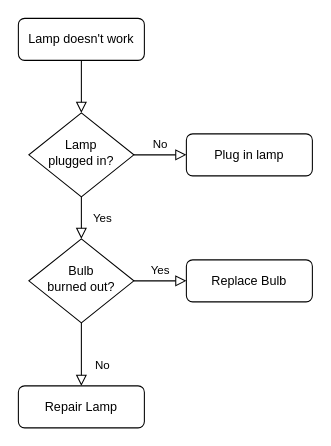
The draw.io diagram Untitled Diagram.drawio in kaito-goma/kaito-goma.github.io, before the edit. Source tidied: cells renumbered, new cells numbered last; positions are measured from the earlier drawing's top-left corner, leaving out a move shared by most shapes. Both pictures are drawn from the tidied source at 105%, with x=0, y=0 at pixel (18, 18).
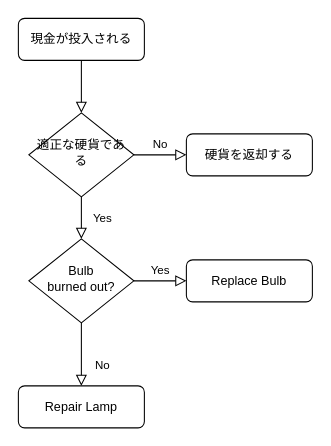
The same diagram, later.

The edit, as a diff of the source:
```diff
@@
 <mxGraphModel>
   <root>
     <mxCell id="0" />
     <mxCell id="1" parent="0" />
     <mxCell id="2" style="rounded=0;html=1;jettySize=auto;fontSize=11;endArrow=block;endFill=0;endSize=8;strokeWidth=1;shadow=0;labelBackgroundColor=none;edgeStyle=orthogonalEdgeStyle;" parent="1" edge="1" source="3" target="6">
       <mxGeometry relative="1" as="geometry" />
     </mxCell>
-    <mxCell id="3" value="Lamp doesn't work" style="rounded=1;whiteSpace=wrap;html=1;fontSize=12;glass=0;strokeWidth=1;shadow=0;" parent="1" vertex="1">
+    <mxCell id="3" value="現金が投入される" style="rounded=1;whiteSpace=wrap;html=1;fontSize=12;glass=0;strokeWidth=1;shadow=0;" parent="1" vertex="1">
       <mxGeometry width="120" height="40" as="geometry" />
     </mxCell>
     <mxCell id="4" value="Yes" style="rounded=0;html=1;jettySize=auto;fontSize=11;endArrow=block;endFill=0;endSize=8;strokeWidth=1;shadow=0;labelBackgroundColor=none;edgeStyle=orthogonalEdgeStyle;" parent="1" edge="1" source="6" target="10">
       <mxGeometry y="20" relative="1" as="geometry" />
     </mxCell>
     <mxCell id="5" value="No" style="edgeStyle=orthogonalEdgeStyle;rounded=0;html=1;jettySize=auto;fontSize=11;endArrow=block;endFill=0;endSize=8;strokeWidth=1;shadow=0;labelBackgroundColor=none;" parent="1" edge="1" source="6" target="7">
       <mxGeometry y="10" relative="1" as="geometry" />
     </mxCell>
-    <mxCell id="6" value="Lamp&lt;br&gt;plugged in?" style="rhombus;whiteSpace=wrap;html=1;shadow=0;fontFamily=Helvetica;fontSize=12;align=center;strokeWidth=1;spacing=6;spacingTop=-4;" parent="1" vertex="1">
+    <mxCell id="6" value="適正な硬貨である" style="rhombus;whiteSpace=wrap;html=1;shadow=0;fontFamily=Helvetica;fontSize=12;align=center;strokeWidth=1;spacing=6;spacingTop=-4;" parent="1" vertex="1">
       <mxGeometry x="10" y="90" width="100" height="80" as="geometry" />
     </mxCell>
-    <mxCell id="7" value="Plug in lamp" style="rounded=1;whiteSpace=wrap;html=1;fontSize=12;glass=0;strokeWidth=1;shadow=0;" parent="1" vertex="1">
+    <mxCell id="7" value="硬貨を返却する" style="rounded=1;whiteSpace=wrap;html=1;fontSize=12;glass=0;strokeWidth=1;shadow=0;" parent="1" vertex="1">
       <mxGeometry x="160" y="110" width="120" height="40" as="geometry" />
     </mxCell>
     <mxCell id="8" value="No" style="rounded=0;html=1;jettySize=auto;fontSize=11;endArrow=block;endFill=0;endSize=8;strokeWidth=1;shadow=0;labelBackgroundColor=none;edgeStyle=orthogonalEdgeStyle;" parent="1" edge="1" source="10" target="11">
       <mxGeometry x="0.33" y="20" relative="1" as="geometry" />
     </mxCell>
     <mxCell id="9" value="Yes" style="edgeStyle=orthogonalEdgeStyle;rounded=0;html=1;jettySize=auto;fontSize=11;endArrow=block;endFill=0;endSize=8;strokeWidth=1;shadow=0;labelBackgroundColor=none;" parent="1" edge="1" source="10" target="12">
-      <mxGeometry y="10" relative="1" as="geometry" />
+      <mxGeometry y="10" relative="1" as="geometry">
+        <Array as="points">
+          <mxPoint x="140" y="250" />
+          <mxPoint x="140" y="250" />
+        </Array>
+      </mxGeometry>
     </mxCell>
     <mxCell id="10" value="Bulb&lt;br&gt;burned out?" style="rhombus;whiteSpace=wrap;html=1;shadow=0;fontFamily=Helvetica;fontSize=12;align=center;strokeWidth=1;spacing=6;spacingTop=-4;" parent="1" vertex="1">
       <mxGeometry x="10" y="210" width="100" height="80" as="geometry" />
     </mxCell>
     <mxCell id="11" value="Repair Lamp" style="rounded=1;whiteSpace=wrap;html=1;fontSize=12;glass=0;strokeWidth=1;shadow=0;" parent="1" vertex="1">
       <mxGeometry y="350" width="120" height="40" as="geometry" />
     </mxCell>
     <mxCell id="12" value="Replace Bulb" style="rounded=1;whiteSpace=wrap;html=1;fontSize=12;glass=0;strokeWidth=1;shadow=0;" parent="1" vertex="1">
       <mxGeometry x="160" y="230" width="120" height="40" as="geometry" />
     </mxCell>
   </root>
 </mxGraphModel>
```
